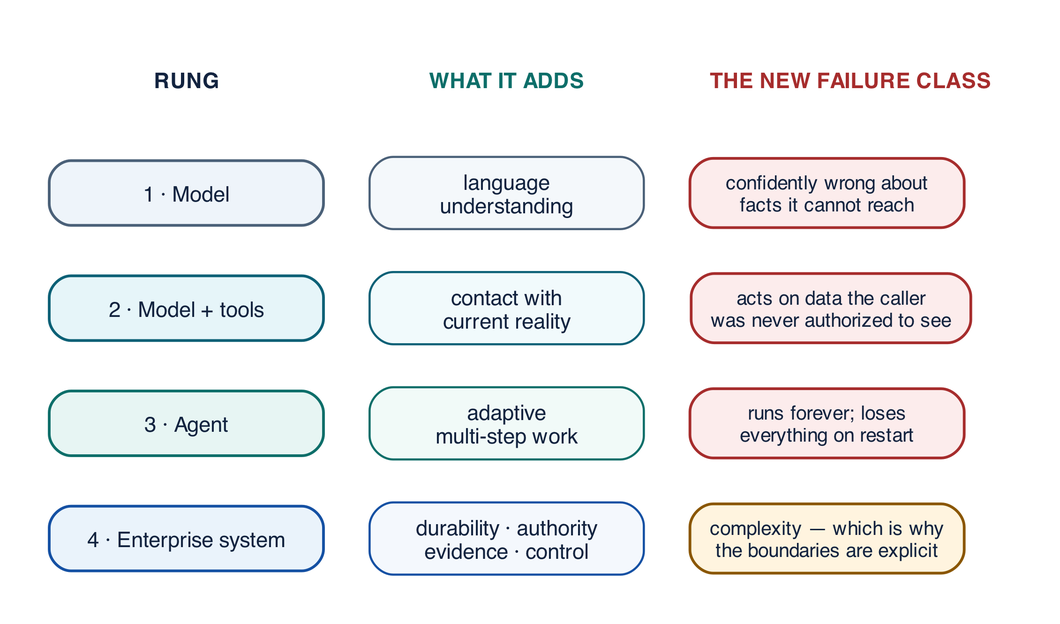
Above: assets/diagrams/capability-ladder.png in rrahimi-uci/building-enterprise-general-intelligence (Graphviz), before the change. Its source is kept beside it as assets/diagrams/src/capability-ladder.gv.
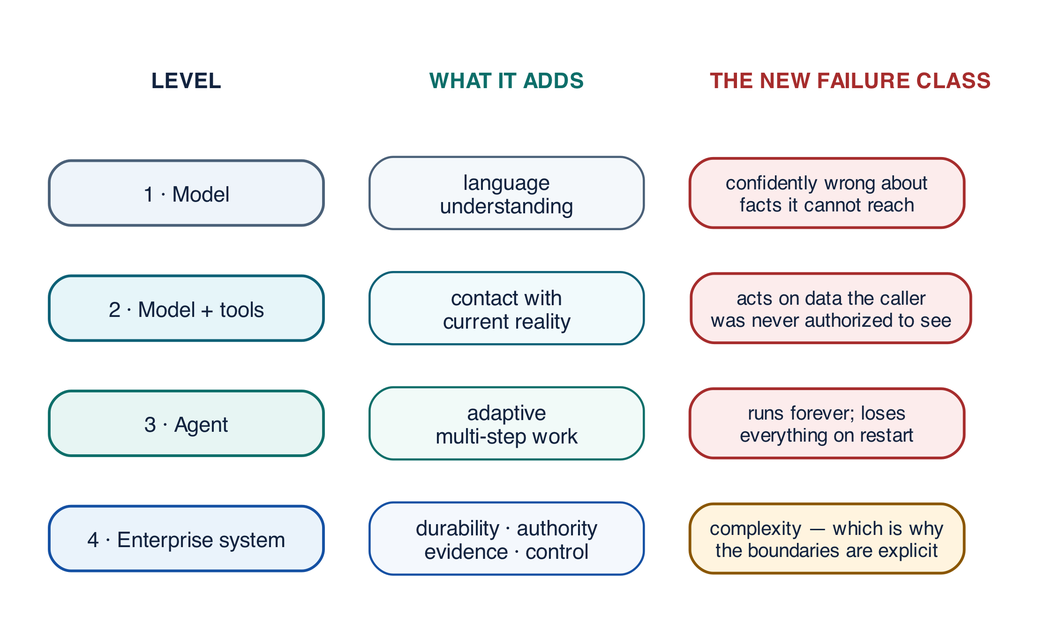
After the change.

What changed in the source:
```diff
@@ -4,7 +4,7 @@
   node [shape=box, style="filled,rounded", penwidth=1.4, fontsize=11,
         margin="0.14,0.09", height=0.46, width=1.95]
 
-  h1 [label=<<B><FONT POINT-SIZE="11" COLOR="#12233F">RUNG</FONT></B>>, shape=plaintext, style=""]
+  h1 [label=<<B><FONT POINT-SIZE="11" COLOR="#12233F">LEVEL</FONT></B>>, shape=plaintext, style=""]
   h2 [label=<<B><FONT POINT-SIZE="11" COLOR="#0D6E69">WHAT IT ADDS</FONT></B>>, shape=plaintext, style=""]
   h3 [label=<<B><FONT POINT-SIZE="11" COLOR="#A62C2C">THE NEW FAILURE CLASS</FONT></B>>, shape=plaintext, style=""]
 
```
